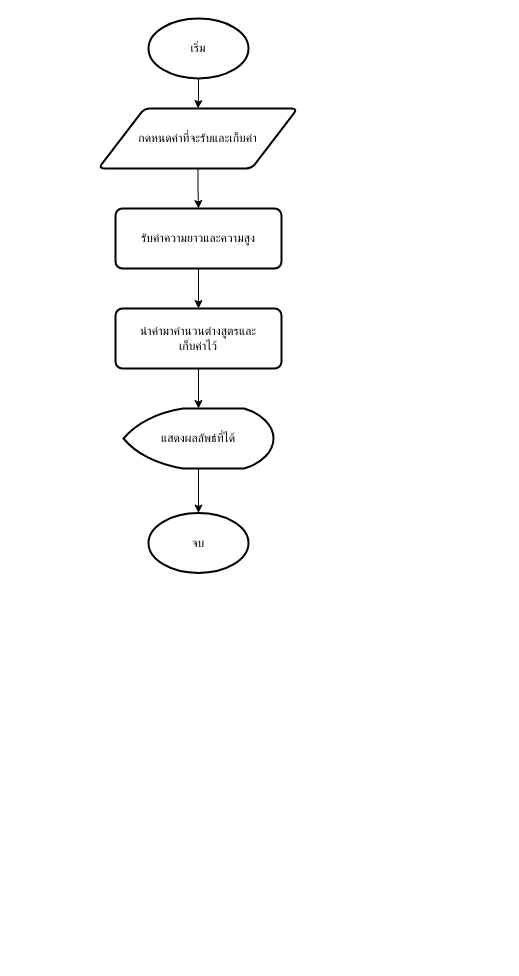
Above: pre1.drawio in ItsPatthanan/ENGCE117 (draw.io), before the change. Source tidied: cells renumbered, new cells numbered last; positions are measured from the earlier drawing's top-left corner, leaving out a move shared by most shapes. Both pictures are drawn from the tidied source at 100%, with x=0, y=0 at pixel (98, 18).
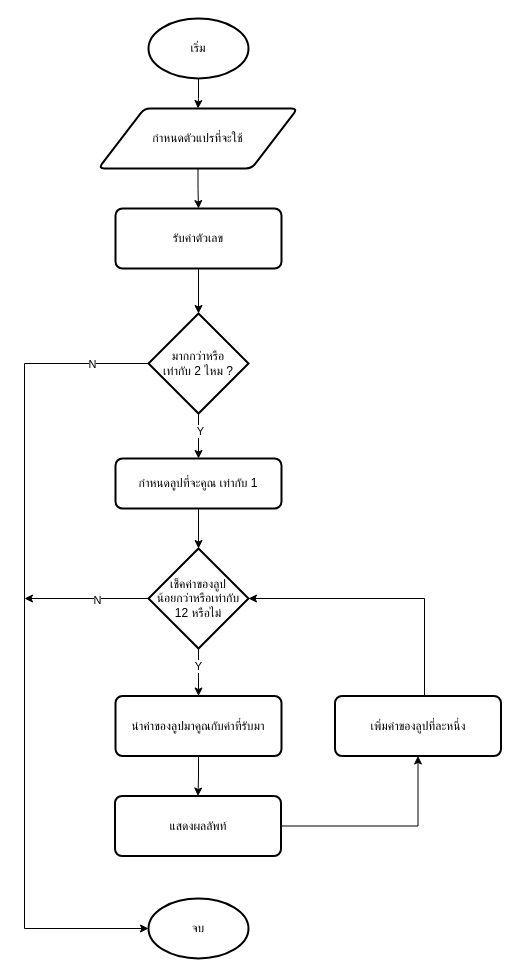
Above is the later version.

Change to the diagram source:
```diff
@@
-    <mxCell id="5" value="กดหนดค่าที่จะรับและเก็บค่า" style="shape=parallelogram;html=1;strokeWidth=2;perimeter=parallelogramPerimeter;whiteSpace=wrap;rounded=1;arcSize=12;size=0.23;" parent="1" vertex="1">
+    <mxCell id="5" value="กำหนดตัวแปรที่จะใช้" style="shape=parallelogram;html=1;strokeWidth=2;perimeter=parallelogramPerimeter;whiteSpace=wrap;rounded=1;arcSize=12;size=0.23;" parent="1" vertex="1">
       <mxGeometry y="90" width="199" height="60" as="geometry" />
     </mxCell>
-    <mxCell id="6" style="edgeStyle=orthogonalEdgeStyle;rounded=0;jettySize=auto;html=1;" parent="1" edge="1" source="7" target="9">
-      <mxGeometry relative="1" as="geometry" />
-    </mxCell>
+    <mxCell id="13" style="edgeStyle=orthogonalEdgeStyle;rounded=0;jettySize=auto;html=1;" parent="1" edge="1" source="7" target="16">
+      <mxGeometry relative="1" as="geometry" />
+    </mxCell>
-    <mxCell id="7" value="รับค่าความยาวและความสูง" style="rounded=1;whiteSpace=wrap;html=1;absoluteArcSize=1;arcSize=14;strokeWidth=2;" parent="1" vertex="1">
+    <mxCell id="7" value="รับค่าตัวเลข" style="rounded=1;whiteSpace=wrap;html=1;absoluteArcSize=1;arcSize=14;strokeWidth=2;" parent="1" vertex="1">
       <mxGeometry x="17" y="190" width="166" height="60" as="geometry" />
     </mxCell>
-    <mxCell id="8" style="edgeStyle=orthogonalEdgeStyle;rounded=0;jettySize=auto;html=1;" parent="1" edge="1" source="9" target="11">
-      <mxGeometry relative="1" as="geometry" />
-    </mxCell>
-    <mxCell id="9" value="นำค่ามาคำนวนต่างสูตรและ&lt;br&gt;เก็บค่าไว้" style="rounded=1;whiteSpace=wrap;html=1;absoluteArcSize=1;arcSize=14;strokeWidth=2;" parent="1" vertex="1">
-      <mxGeometry x="17" y="290" width="166" height="60" as="geometry" />
-    </mxCell>
-    <mxCell id="10" style="edgeStyle=orthogonalEdgeStyle;rounded=0;jettySize=auto;html=1;" parent="1" edge="1" source="11" target="12">
-      <mxGeometry relative="1" as="geometry" />
-    </mxCell>
-    <mxCell id="11" value="แสดงผลลัพธ์ที่ได้" style="strokeWidth=2;html=1;shape=mxgraph.flowchart.display;whiteSpace=wrap;" parent="1" vertex="1">
-      <mxGeometry x="25" y="390" width="150" height="60" as="geometry" />
-    </mxCell>
     <mxCell id="12" value="จบ" style="strokeWidth=2;html=1;shape=mxgraph.flowchart.start_1;whiteSpace=wrap;" parent="1" vertex="1">
-      <mxGeometry x="50" y="494.5" width="100" height="60" as="geometry" />
+      <mxGeometry x="50" y="880" width="100" height="60" as="geometry" />
     </mxCell>
+    <mxCell id="14" style="edgeStyle=orthogonalEdgeStyle;rounded=0;jettySize=auto;html=1;" parent="1" edge="1" source="16" target="18">
+      <mxGeometry relative="1" as="geometry" />
+    </mxCell>
+    <mxCell id="15" value="Y" style="edgeLabel;html=1;align=center;verticalAlign=middle;" parent="14" vertex="1">
+      <mxGeometry x="-0.24" y="1" relative="1" as="geometry" />
+    </mxCell>
+    <mxCell id="16" value="มากกว่าหรือ&lt;br&gt;เท่ากับ 2 ไหม ?" style="strokeWidth=2;html=1;shape=mxgraph.flowchart.decision;whiteSpace=wrap;" parent="1" vertex="1">
+      <mxGeometry x="50" y="295" width="100" height="100" as="geometry" />
+    </mxCell>
+    <mxCell id="17" style="edgeStyle=orthogonalEdgeStyle;rounded=0;jettySize=auto;html=1;" parent="1" edge="1" source="18" target="28">
+      <mxGeometry relative="1" as="geometry" />
+    </mxCell>
+    <mxCell id="18" value="กำหนดลูปที่จะคูณ เท่ากับ 1" style="rounded=1;whiteSpace=wrap;html=1;absoluteArcSize=1;arcSize=14;strokeWidth=2;" parent="1" vertex="1">
+      <mxGeometry x="17" y="440" width="166" height="50" as="geometry" />
+    </mxCell>
+    <mxCell id="19" value="เพิ่มค่าของลูปที่ละหนึ่ง" style="rounded=1;whiteSpace=wrap;html=1;absoluteArcSize=1;arcSize=14;strokeWidth=2;" parent="1" vertex="1">
+      <mxGeometry x="236.5" y="677.5" width="166" height="60" as="geometry" />
+    </mxCell>
+    <mxCell id="20" style="edgeStyle=orthogonalEdgeStyle;rounded=0;jettySize=auto;html=1;" parent="1" edge="1" source="21" target="23">
+      <mxGeometry relative="1" as="geometry" />
+    </mxCell>
+    <mxCell id="21" value="นำค่าของลูปมาคูณกับค่าที่รับมา" style="rounded=1;whiteSpace=wrap;html=1;absoluteArcSize=1;arcSize=14;strokeWidth=2;" parent="1" vertex="1">
+      <mxGeometry x="17" y="677.5" width="166" height="60" as="geometry" />
+    </mxCell>
+    <mxCell id="22" style="edgeStyle=orthogonalEdgeStyle;rounded=0;jettySize=auto;html=1;entryX=0.5;entryY=1;entryDx=0;entryDy=0;" parent="1" edge="1" source="23" target="19">
+      <mxGeometry relative="1" as="geometry" />
+    </mxCell>
+    <mxCell id="23" value="แสดงผลลัพท์" style="rounded=1;whiteSpace=wrap;html=1;absoluteArcSize=1;arcSize=14;strokeWidth=2;" parent="1" vertex="1">
+      <mxGeometry x="16.5" y="777.5" width="166" height="60" as="geometry" />
+    </mxCell>
+    <mxCell id="24" style="edgeStyle=orthogonalEdgeStyle;rounded=0;jettySize=auto;html=1;" parent="1" edge="1" source="28">
+      <mxGeometry relative="1" as="geometry">
+        <mxPoint x="-74" y="580" as="targetPoint" />
+      </mxGeometry>
+    </mxCell>
+    <mxCell id="25" value="N" style="edgeLabel;html=1;align=center;verticalAlign=middle;" parent="24" vertex="1">
+      <mxGeometry x="-0.17" y="1" relative="1" as="geometry" />
+    </mxCell>
+    <mxCell id="26" style="edgeStyle=orthogonalEdgeStyle;rounded=0;jettySize=auto;html=1;" parent="1" edge="1" source="28" target="21">
+      <mxGeometry relative="1" as="geometry" />
+    </mxCell>
+    <mxCell id="27" value="Y" style="edgeLabel;html=1;align=center;verticalAlign=middle;" parent="26" vertex="1">
+      <mxGeometry x="-0.28" y="-1" relative="1" as="geometry" />
+    </mxCell>
+    <mxCell id="28" value="เช็คค่าของลูป&lt;br style=&quot;border-color: var(--border-color);&quot;&gt;น้อยกว่าหรือเท่ากับ 12 หรือไม่" style="strokeWidth=2;html=1;shape=mxgraph.flowchart.decision;whiteSpace=wrap;" parent="1" vertex="1">
+      <mxGeometry x="50" y="530" width="100" height="100" as="geometry" />
+    </mxCell>
+    <mxCell id="29" style="edgeStyle=orthogonalEdgeStyle;rounded=0;jettySize=auto;html=1;entryX=1;entryY=0.5;entryDx=0;entryDy=0;entryPerimeter=0;" parent="1" edge="1" source="19" target="28">
+      <mxGeometry relative="1" as="geometry">
+        <Array as="points">
+          <mxPoint x="326" y="580" />
+        </Array>
+      </mxGeometry>
+    </mxCell>
+    <mxCell id="30" style="edgeStyle=orthogonalEdgeStyle;rounded=0;jettySize=auto;html=1;entryX=0;entryY=0.5;entryDx=0;entryDy=0;entryPerimeter=0;" parent="1" edge="1" source="16" target="12">
+      <mxGeometry relative="1" as="geometry">
+        <Array as="points">
+          <mxPoint x="-74" y="345" />
+          <mxPoint x="-74" y="910" />
+        </Array>
+      </mxGeometry>
+    </mxCell>
+    <mxCell id="31" value="N" style="edgeLabel;html=1;align=center;verticalAlign=middle;" parent="30" vertex="1">
+      <mxGeometry x="-0.86" y="-3" relative="1" as="geometry">
+        <mxPoint y="3" as="offset" />
+      </mxGeometry>
+    </mxCell>
```
